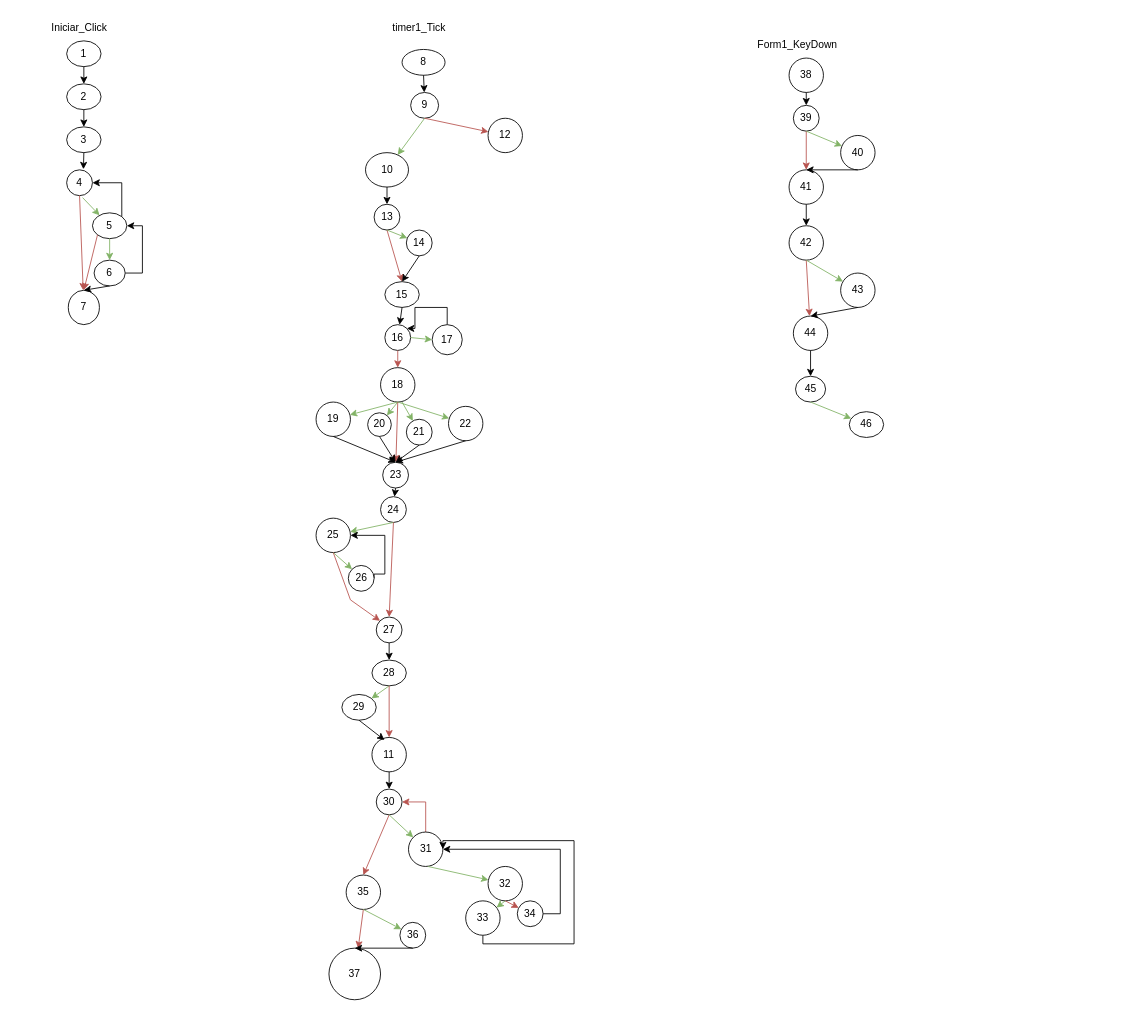
Before: Diagrama sin título.drawio in joqix/PrimerVideojuego, a draw.io diagram. Source tidied: cells renumbered, new cells numbered last; positions are measured from the earlier drawing's top-left corner, leaving out a move shared by most shapes. Both pictures are drawn from the tidied source at 86%, with x=0, y=0 at pixel (53, 15).
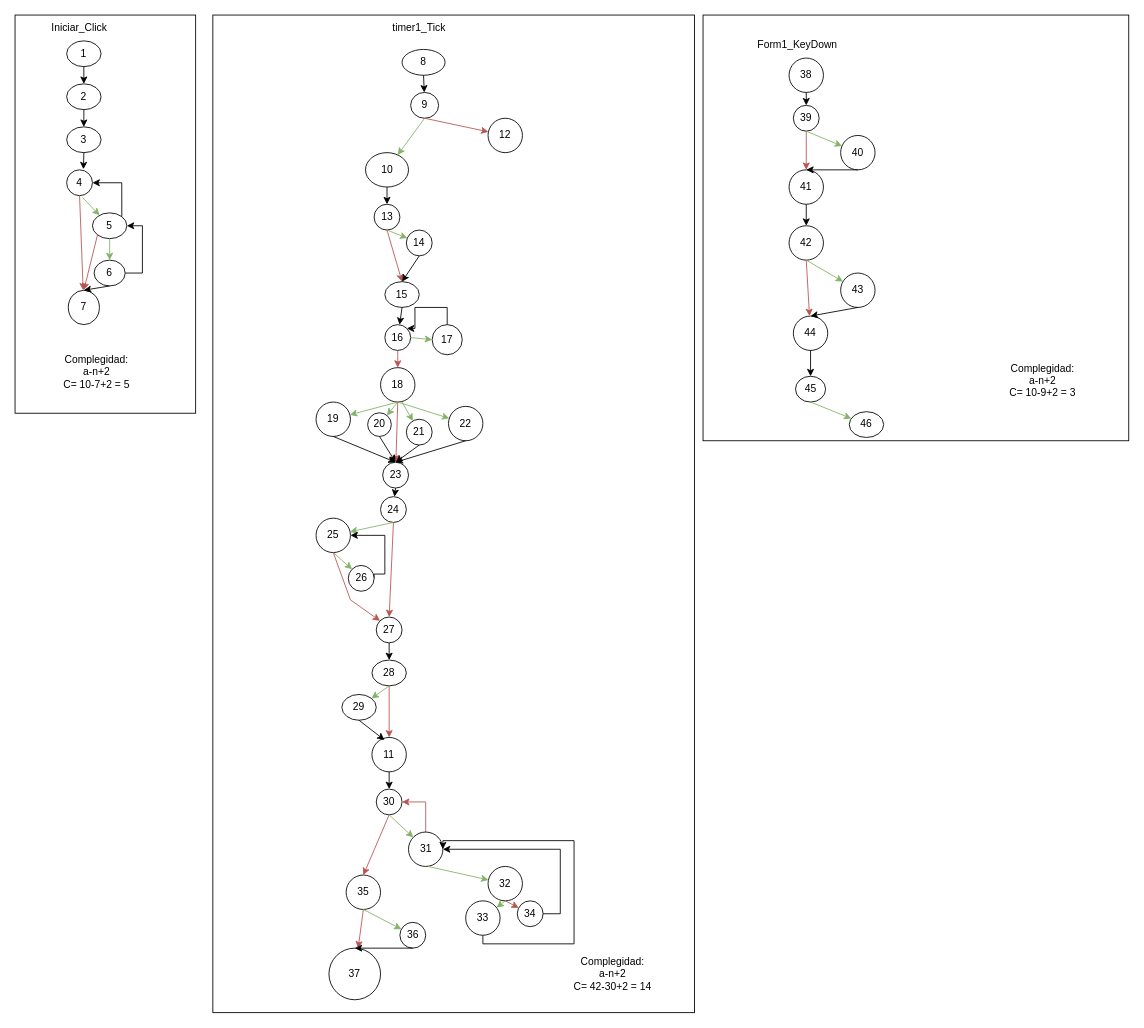
After the change.

What changed in the source:
```diff
@@
+    <mxCell id="113" style="rounded=0;whiteSpace=wrap;html=1;" parent="1" vertex="1">
+      <mxGeometry x="-45" width="210" height="463" as="geometry" />
+    </mxCell>
+    <mxCell id="114" style="rounded=0;whiteSpace=wrap;html=1;" parent="1" vertex="1">
+      <mxGeometry x="185" width="560" height="1160" as="geometry" />
+    </mxCell>
+    <mxCell id="115" style="whiteSpace=wrap;html=1;" parent="1" vertex="1">
+      <mxGeometry x="755" width="495" height="495" as="geometry" />
+    </mxCell>
@@
+    <mxCell id="116" value="Complegidad:&lt;br&gt;a-n+2&lt;br&gt;C= 10-7+2 = 5" style="text;html=1;strokeColor=none;fillColor=none;align=center;verticalAlign=middle;whiteSpace=wrap;rounded=0;" parent="1" vertex="1">
+      <mxGeometry x="-25" y="400" width="150" height="30" as="geometry" />
+    </mxCell>
+    <mxCell id="117" value="Complegidad:&lt;br&gt;a-n+2&lt;br&gt;C= 10-9+2 = 3" style="text;html=1;strokeColor=none;fillColor=none;align=center;verticalAlign=middle;whiteSpace=wrap;rounded=0;" parent="1" vertex="1">
+      <mxGeometry x="1075" y="410" width="150" height="30" as="geometry" />
+    </mxCell>
+    <mxCell id="118" value="Complegidad:&lt;br&gt;a-n+2&lt;br&gt;C= 42-30+2 = 14" style="text;html=1;strokeColor=none;fillColor=none;align=center;verticalAlign=middle;whiteSpace=wrap;rounded=0;" parent="1" vertex="1">
+      <mxGeometry x="575" y="1100" width="150" height="30" as="geometry" />
+    </mxCell>
```
